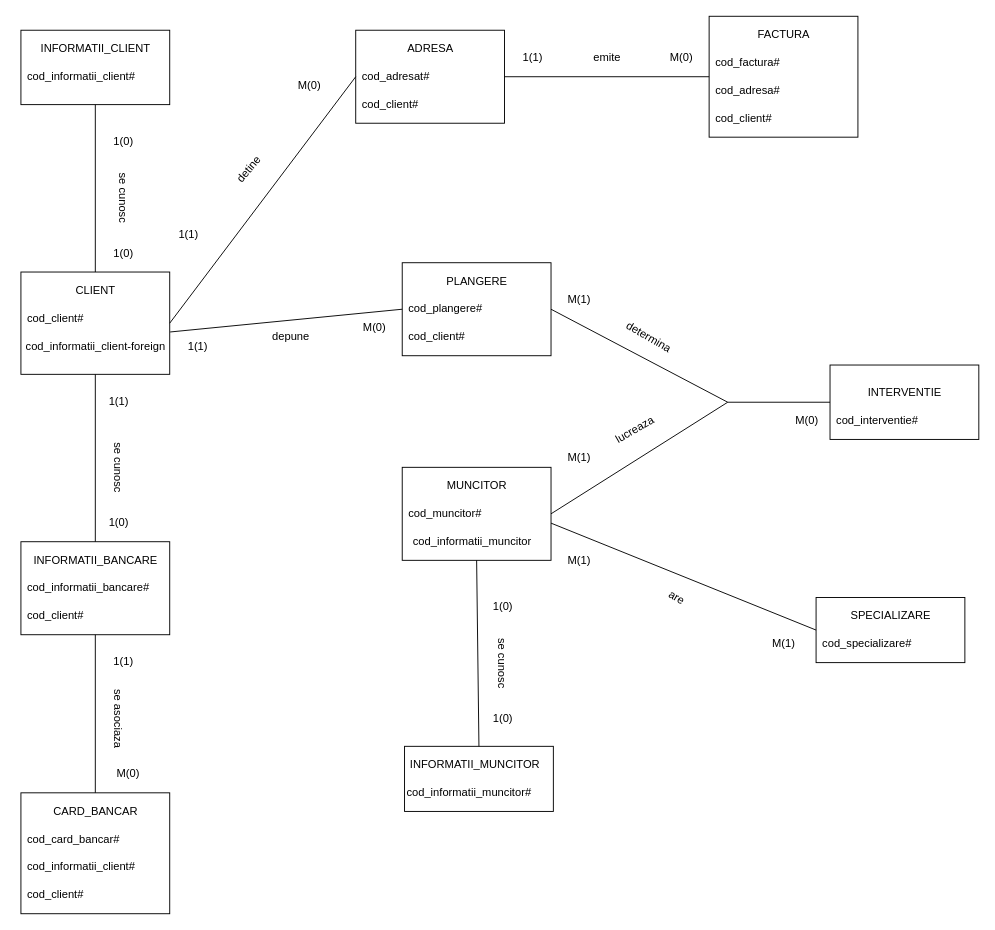
Above: Proiect/Diagram_ER.drawio in ProiecteFacultate/Proiect_BD (draw.io), before the change. Source tidied: cells renumbered, new cells numbered last; positions are measured from the earlier drawing's top-left corner, leaving out a move shared by most shapes. Both pictures are drawn from the tidied source at 93%, with x=0, y=0 at pixel (16, 16).
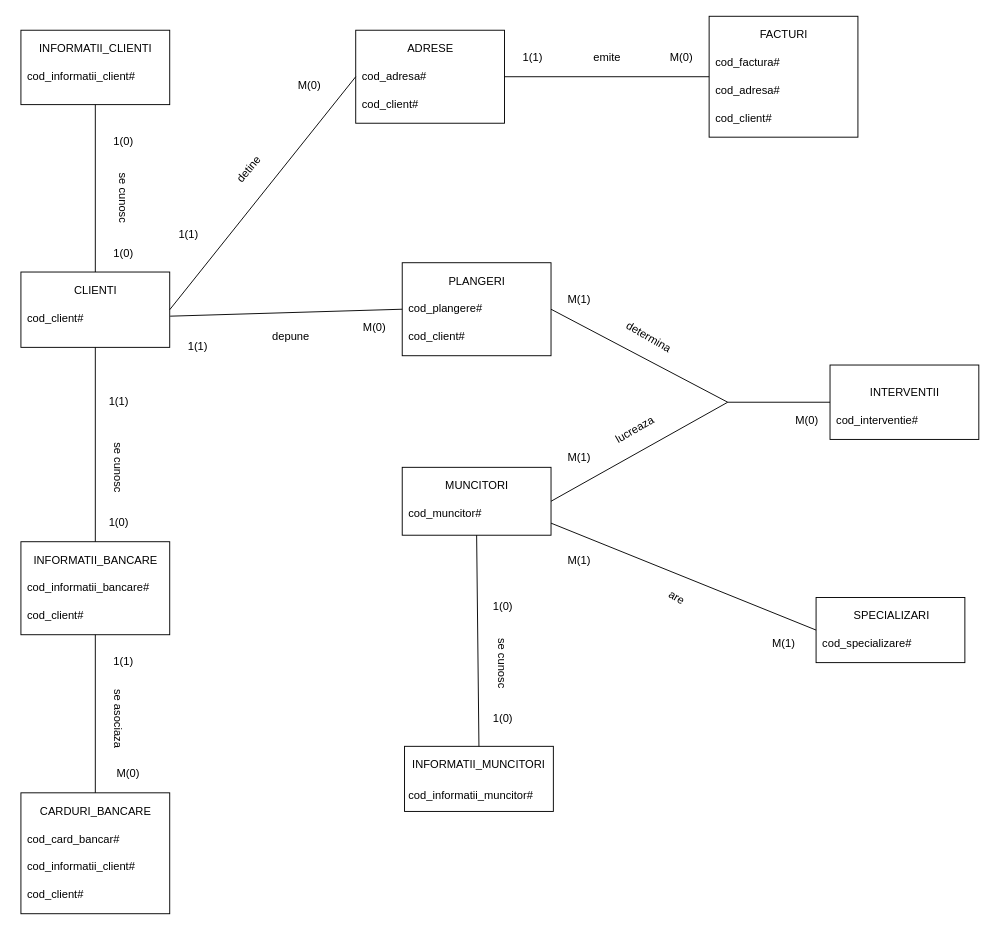
The same diagram, later.

Diff of the diagram source:
```diff
@@
     <mxCell id="2" style="rounded=0;whiteSpace=wrap;html=1;fillColor=none;" parent="1" vertex="1">
-      <mxGeometry x="5" y="275" width="160" height="110" as="geometry" />
+      <mxGeometry x="5" y="275" width="160" height="81" as="geometry" />
     </mxCell>
-    <mxCell id="3" value="CLIENT&lt;br&gt;" style="text;html=1;align=center;verticalAlign=middle;fillColor=none;strokeColor=none;rounded=0;" parent="1" vertex="1">
+    <mxCell id="3" value="CLIENTI" style="text;html=1;align=center;verticalAlign=middle;fillColor=none;strokeColor=none;rounded=0;" parent="1" vertex="1">
       <mxGeometry x="55" y="285" width="60" height="20" as="geometry" />
     </mxCell>
@@
-    <mxCell id="13" value="CARD_BANCAR" style="text;html=1;align=center;verticalAlign=middle;fillColor=none;strokeColor=none;rounded=0;" parent="1" vertex="1">
-      <mxGeometry x="30" y="845" width="110" height="20" as="geometry" />
+    <mxCell id="13" value="CARDURI_BANCARE" style="text;html=1;align=center;verticalAlign=middle;fillColor=none;strokeColor=none;rounded=0;" parent="1" vertex="1">
+      <mxGeometry x="20" y="845" width="130" height="20" as="geometry" />
     </mxCell>
@@
-    <mxCell id="21" value="INFORMATII_CLIENT" style="text;html=1;align=center;verticalAlign=middle;fillColor=none;strokeColor=none;rounded=0;" parent="1" vertex="1">
-      <mxGeometry x="20" y="25" width="130" height="20" as="geometry" />
+    <mxCell id="21" value="INFORMATII_CLIENTI" style="text;html=1;align=center;verticalAlign=middle;fillColor=none;strokeColor=none;rounded=0;" parent="1" vertex="1">
+      <mxGeometry x="15" y="25" width="140" height="20" as="geometry" />
     </mxCell>
@@
-    <mxCell id="30" value="ADRESA" style="text;html=1;align=center;verticalAlign=middle;fillColor=none;strokeColor=none;rounded=0;" parent="1" vertex="1">
+    <mxCell id="30" value="ADRESE" style="text;html=1;align=center;verticalAlign=middle;fillColor=none;strokeColor=none;rounded=0;" parent="1" vertex="1">
       <mxGeometry x="415" y="25" width="60" height="20" as="geometry" />
     </mxCell>
-    <mxCell id="31" value="cod_adresat#" style="text;html=1;align=left;verticalAlign=middle;fillColor=none;strokeColor=none;rounded=0;" parent="1" vertex="1">
-      <mxGeometry x="370" y="55" width="90" height="20" as="geometry" />
+    <mxCell id="31" value="cod_adresa#" style="text;html=1;align=left;verticalAlign=middle;fillColor=none;strokeColor=none;rounded=0;" parent="1" vertex="1">
+      <mxGeometry x="370" y="55" width="80" height="20" as="geometry" />
     </mxCell>
@@
-    <mxCell id="38" value="FACTURA" style="text;html=1;align=center;verticalAlign=middle;fillColor=none;strokeColor=none;rounded=0;" parent="1" vertex="1">
+    <mxCell id="38" value="FACTURI" style="text;html=1;align=center;verticalAlign=middle;fillColor=none;strokeColor=none;rounded=0;" parent="1" vertex="1">
       <mxGeometry x="790" y="10" width="70" height="20" as="geometry" />
     </mxCell>
@@
-    <mxCell id="47" value="PLANGERE" style="text;html=1;align=center;verticalAlign=middle;fillColor=none;strokeColor=none;rounded=0;" parent="1" vertex="1">
+    <mxCell id="47" value="PLANGERI" style="text;html=1;align=center;verticalAlign=middle;fillColor=none;strokeColor=none;rounded=0;" parent="1" vertex="1">
       <mxGeometry x="455" y="275" width="80" height="20" as="geometry" />
     </mxCell>
@@
     <mxCell id="54" style="rounded=0;whiteSpace=wrap;html=1;fillColor=none;" parent="1" vertex="1">
-      <mxGeometry x="415" y="485" width="160" height="100" as="geometry" />
+      <mxGeometry x="415" y="485" width="160" height="73" as="geometry" />
     </mxCell>
-    <mxCell id="55" value="MUNCITOR" style="text;html=1;align=center;verticalAlign=middle;fillColor=none;strokeColor=none;rounded=0;" parent="1" vertex="1">
+    <mxCell id="55" value="MUNCITORI" style="text;html=1;align=center;verticalAlign=middle;fillColor=none;strokeColor=none;rounded=0;" parent="1" vertex="1">
       <mxGeometry x="455" y="495" width="80" height="20" as="geometry" />
     </mxCell>
@@
-    <mxCell id="58" value="INTERVENTIE" style="text;html=1;align=center;verticalAlign=middle;fillColor=none;strokeColor=none;rounded=0;" parent="1" vertex="1">
-      <mxGeometry x="910" y="395" width="90" height="20" as="geometry" />
+    <mxCell id="58" value="INTERVENTII" style="text;html=1;align=center;verticalAlign=middle;fillColor=none;strokeColor=none;rounded=0;" parent="1" vertex="1">
+      <mxGeometry x="913" y="396" width="84" height="18" as="geometry" />
     </mxCell>
@@
-    <mxCell id="69" value="INFORMATII_MUNCITOR" style="text;html=1;align=center;verticalAlign=middle;fillColor=none;strokeColor=none;rounded=0;" parent="1" vertex="1">
-      <mxGeometry x="412.5" y="795" width="160" height="20" as="geometry" />
+    <mxCell id="69" value="INFORMATII_MUNCITORI" style="text;html=1;align=center;verticalAlign=middle;fillColor=none;strokeColor=none;rounded=0;" parent="1" vertex="1">
+      <mxGeometry x="420" y="796" width="153" height="18" as="geometry" />
     </mxCell>
     <mxCell id="70" value="cod_informatii_muncitor#" style="text;html=1;align=left;verticalAlign=middle;fillColor=none;strokeColor=none;rounded=0;" parent="1" vertex="1">
-      <mxGeometry x="417.5" y="825" width="150" height="20" as="geometry" />
+      <mxGeometry x="420" y="828" width="150" height="20" as="geometry" />
     </mxCell>
@@
-    <mxCell id="76" value="SPECIALIZARE" style="text;html=1;align=center;verticalAlign=middle;fillColor=none;strokeColor=none;rounded=0;" parent="1" vertex="1">
-      <mxGeometry x="890" y="635" width="100" height="20" as="geometry" />
+    <mxCell id="76" value="SPECIALIZARI" style="text;html=1;align=center;verticalAlign=middle;fillColor=none;strokeColor=none;rounded=0;" parent="1" vertex="1">
+      <mxGeometry x="895" y="636" width="91" height="18" as="geometry" />
     </mxCell>
@@
-    <mxCell id="82" value="cod_informatii_client-foreign" style="text;html=1;align=center;verticalAlign=middle;fillColor=none;strokeColor=none;rounded=0;" parent="1" vertex="1">
-      <mxGeometry y="345" width="170" height="20" as="geometry" />
-    </mxCell>
-    <mxCell id="83" value="cod_informatii_muncitor&lt;br&gt;" style="text;html=1;align=center;verticalAlign=middle;fillColor=none;strokeColor=none;rounded=0;" parent="1" vertex="1">
-      <mxGeometry x="420" y="555" width="140" height="20" as="geometry" />
-    </mxCell>
+    <mxCell id="84" style="edgeStyle=orthogonalEdgeStyle;rounded=0;orthogonalLoop=1;jettySize=auto;html=1;exitX=0.5;exitY=1;exitDx=0;exitDy=0;" parent="1" edge="1" source="54" target="54">
+      <mxGeometry relative="1" as="geometry" />
+    </mxCell>
```
